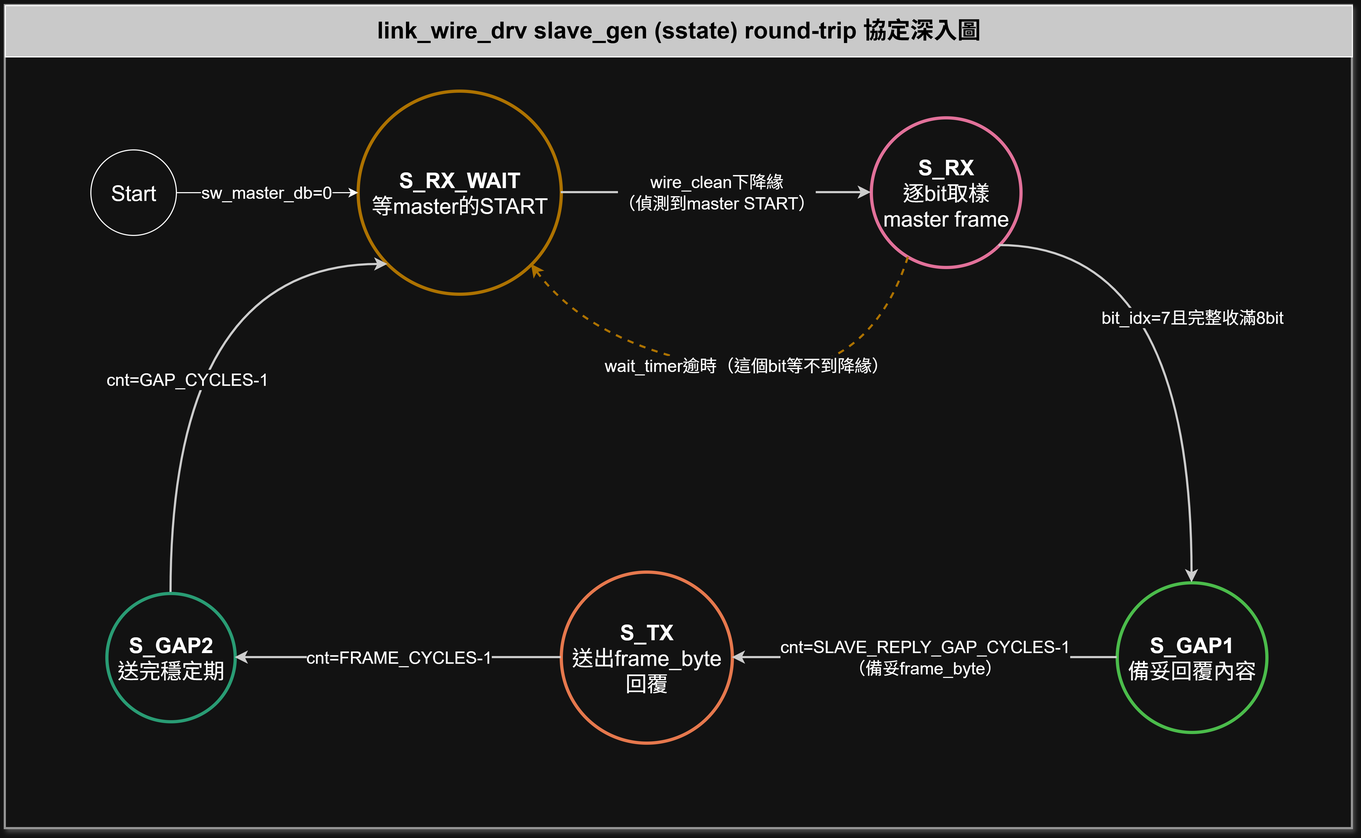
Earlier version of the draw.io export Upload/image/Sstate_FSM.drawio.png (c111185103-alt/Project9_pingpong_linlwire). Source tidied: cells renumbered, new cells last; positions are measured from the earlier drawing's top-left corner, leaving out a move shared by most shapes.
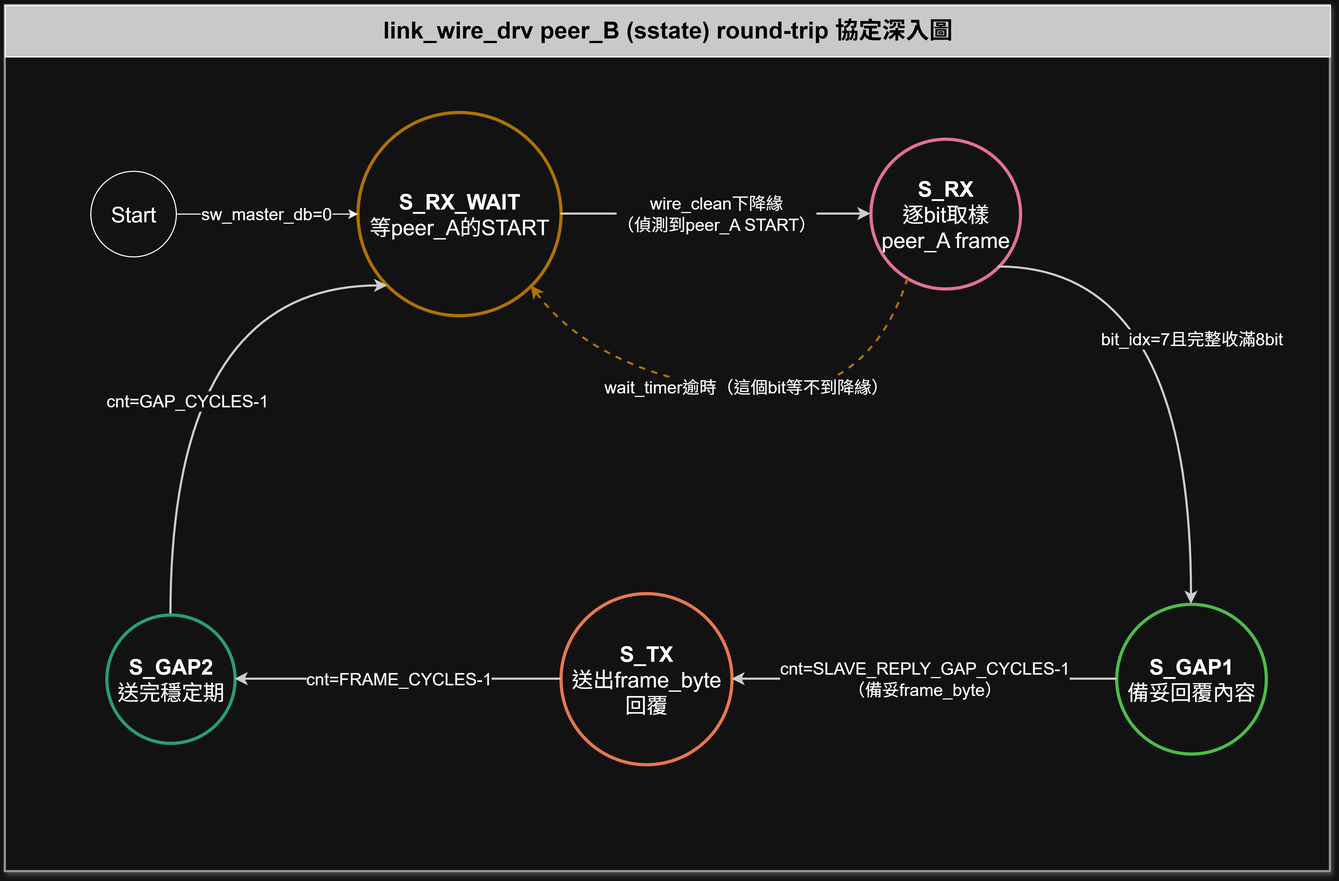
The same diagram one commit later.

What changed in the source:
```diff
@@ -3,12 +3,12 @@
     <mxCell id="0" />
     <mxCell id="1" parent="0" />
     <mxCell id="2" style="whiteSpace=wrap;html=1;verticalAlign=middle;align=center;strokeColor=#666666;strokeWidth=2;fillColor=default;shadow=1;" parent="1" vertex="1">
-      <mxGeometry width="1260" height="770" as="geometry" />
+      <mxGeometry y="-20" width="1240" height="810" as="geometry" />
     </mxCell>
-    <mxCell id="3" value="&lt;div&gt;&lt;font style=&quot;font-size: 20px;&quot;&gt;&lt;b style=&quot;color: light-dark(rgb(0, 0, 0), rgb(255, 255, 255));&quot;&gt;S_RX_WAIT&lt;/b&gt;&lt;/font&gt;&lt;/div&gt;&lt;div&gt;&lt;font style=&quot;color: light-dark(rgb(0, 0, 0), rgb(255, 255, 255)); font-size: 20px;&quot;&gt;等master的START&lt;/font&gt;&lt;/div&gt;" style="ellipse;whiteSpace=wrap;html=1;verticalAlign=middle;align=center;fillColor=none;strokeColor=#c98500;strokeWidth=3;fontColor=#FFFFFF;" parent="1" vertex="1">
+    <mxCell id="3" value="&lt;div&gt;&lt;font style=&quot;font-size: 20px;&quot;&gt;&lt;b style=&quot;color: light-dark(rgb(0, 0, 0), rgb(255, 255, 255));&quot;&gt;S_RX_WAIT&lt;/b&gt;&lt;/font&gt;&lt;/div&gt;&lt;div&gt;&lt;font style=&quot;color: light-dark(rgb(0, 0, 0), rgb(255, 255, 255)); font-size: 20px;&quot;&gt;等peer_A的START&lt;/font&gt;&lt;/div&gt;" style="ellipse;whiteSpace=wrap;html=1;verticalAlign=middle;align=center;fillColor=none;strokeColor=#c98500;strokeWidth=3;fontColor=#FFFFFF;" parent="1" vertex="1">
       <mxGeometry x="330" y="80" width="190" height="190" as="geometry" />
     </mxCell>
-    <mxCell id="4" value="&lt;div&gt;&lt;font style=&quot;font-size: 20px;&quot;&gt;&lt;b style=&quot;color: light-dark(rgb(0, 0, 0), rgb(255, 255, 255));&quot;&gt;S_RX&lt;/b&gt;&lt;/font&gt;&lt;/div&gt;&lt;div&gt;&lt;font style=&quot;font-size: 20px; color: light-dark(rgb(0, 0, 0), rgb(255, 255, 255));&quot;&gt;逐bit取樣&lt;/font&gt;&lt;/div&gt;&lt;div&gt;&lt;font style=&quot;font-size: 20px; color: light-dark(rgb(0, 0, 0), rgb(255, 255, 255));&quot;&gt;master frame&lt;/font&gt;&lt;/div&gt;" style="ellipse;whiteSpace=wrap;html=1;verticalAlign=middle;align=center;fillColor=none;strokeColor=#d55181;strokeWidth=3;fontColor=#FFFFFF;" parent="1" vertex="1">
+    <mxCell id="4" value="&lt;div&gt;&lt;font style=&quot;font-size: 20px;&quot;&gt;&lt;b style=&quot;color: light-dark(rgb(0, 0, 0), rgb(255, 255, 255));&quot;&gt;S_RX&lt;/b&gt;&lt;/font&gt;&lt;/div&gt;&lt;div&gt;&lt;font style=&quot;font-size: 20px; color: light-dark(rgb(0, 0, 0), rgb(255, 255, 255));&quot;&gt;逐bit取樣&lt;/font&gt;&lt;/div&gt;&lt;div&gt;&lt;font style=&quot;font-size: 20px; color: light-dark(rgb(0, 0, 0), rgb(255, 255, 255));&quot;&gt;peer_A frame&lt;/font&gt;&lt;/div&gt;" style="ellipse;whiteSpace=wrap;html=1;verticalAlign=middle;align=center;fillColor=none;strokeColor=#d55181;strokeWidth=3;fontColor=#FFFFFF;" parent="1" vertex="1">
       <mxGeometry x="810" y="105" width="140" height="140" as="geometry" />
     </mxCell>
     <mxCell id="5" value="&lt;div&gt;&lt;font style=&quot;font-size: 20px;&quot;&gt;&lt;b style=&quot;color: light-dark(rgb(0, 0, 0), rgb(255, 255, 255));&quot;&gt;S_GAP1&lt;/b&gt;&lt;/font&gt;&lt;/div&gt;&lt;div&gt;&lt;font style=&quot;color: light-dark(rgb(0, 0, 0), rgb(255, 255, 255)); font-size: 20px;&quot;&gt;備妥回覆內容&lt;/font&gt;&lt;/div&gt;" style="ellipse;whiteSpace=wrap;html=1;verticalAlign=middle;align=center;fillColor=none;strokeColor=#008300;strokeWidth=3;fontColor=#FFFFFF;" parent="1" vertex="1">
@@ -32,10 +32,10 @@
     <mxCell id="9" value="&lt;div&gt;&lt;font style=&quot;font-size: 20px;&quot;&gt;&lt;b style=&quot;color: light-dark(rgb(0, 0, 0), rgb(255, 255, 255));&quot;&gt;S_GAP2&lt;/b&gt;&lt;/font&gt;&lt;/div&gt;&lt;div&gt;&lt;font style=&quot;font-size: 20px; color: light-dark(rgb(0, 0, 0), rgb(255, 255, 255));&quot;&gt;送完穩定期&lt;/font&gt;&lt;/div&gt;" style="ellipse;whiteSpace=wrap;html=1;verticalAlign=middle;align=center;fillColor=none;strokeColor=#199e70;strokeWidth=3;fontColor=#FFFFFF;" parent="1" vertex="1">
       <mxGeometry x="95" y="550" width="120" height="120" as="geometry" />
     </mxCell>
-    <mxCell id="10" value="&lt;div&gt;&lt;font style=&quot;font-size: 22px;&quot;&gt;&lt;b style=&quot;color: light-dark(rgb(0, 0, 0), rgb(0, 0, 0));&quot;&gt;link_wire_drv slave_gen (sstate) round-trip 協定深入圖&lt;/b&gt;&lt;/font&gt;&lt;/div&gt;" style="whiteSpace=wrap;html=1;verticalAlign=middle;align=center;fillColor=#2a2a2a;fontColor=#FFFFFF;" parent="1" vertex="1">
-      <mxGeometry width="1260" height="48" as="geometry" />
+    <mxCell id="10" value="&lt;div&gt;&lt;font style=&quot;&quot;&gt;&lt;b style=&quot;color: light-dark(rgb(0, 0, 0), rgb(0, 0, 0)); font-size: 22px;&quot;&gt;link_wire_drv &lt;/b&gt;&lt;font&gt;&lt;span style=&quot;font-size: 22px; color: light-dark(rgb(0, 0, 0), rgb(0, 0, 0));&quot;&gt;&lt;b&gt;peer_B&lt;/b&gt;&lt;/span&gt;&lt;/font&gt;&lt;b style=&quot;color: light-dark(rgb(0, 0, 0), rgb(0, 0, 0)); font-size: 22px;&quot;&gt;&amp;nbsp;(sstate) round-trip 協定深入圖&lt;/b&gt;&lt;/font&gt;&lt;/div&gt;" style="whiteSpace=wrap;html=1;verticalAlign=middle;align=center;fillColor=#2a2a2a;fontColor=#FFFFFF;" parent="1" vertex="1">
+      <mxGeometry y="-20" width="1240" height="48" as="geometry" />
     </mxCell>
-    <mxCell id="11" value="&lt;font style=&quot;font-size: 16px;&quot;&gt;wire_clean下降緣&lt;/font&gt;&lt;div&gt;&lt;font style=&quot;font-size: 16px;&quot;&gt;（偵測到master START）&lt;/font&gt;&lt;/div&gt;" style="edgeStyle=none;rounded=0;curved=1;html=1;exitX=1;exitY=0.5;exitDx=0;exitDy=0;entryX=0;entryY=0.5;entryDx=0;entryDy=0;strokeColor=light-dark(#AAAAAA,#CCCCCC);fontSize=13;strokeWidth=2;" parent="1" edge="1" source="3" target="4">
+    <mxCell id="11" value="&lt;font style=&quot;font-size: 16px;&quot;&gt;wire_clean下降緣&lt;/font&gt;&lt;div&gt;&lt;font style=&quot;font-size: 16px;&quot;&gt;（偵測到peer_A START）&lt;/font&gt;&lt;/div&gt;" style="edgeStyle=none;rounded=0;curved=1;html=1;exitX=1;exitY=0.5;exitDx=0;exitDy=0;entryX=0;entryY=0.5;entryDx=0;entryDy=0;strokeColor=light-dark(#AAAAAA,#CCCCCC);fontSize=13;strokeWidth=2;" parent="1" edge="1" source="3" target="4">
       <mxGeometry x="0.02" relative="1" as="geometry">
         <mxPoint x="-1" as="offset" />
       </mxGeometry>
```
